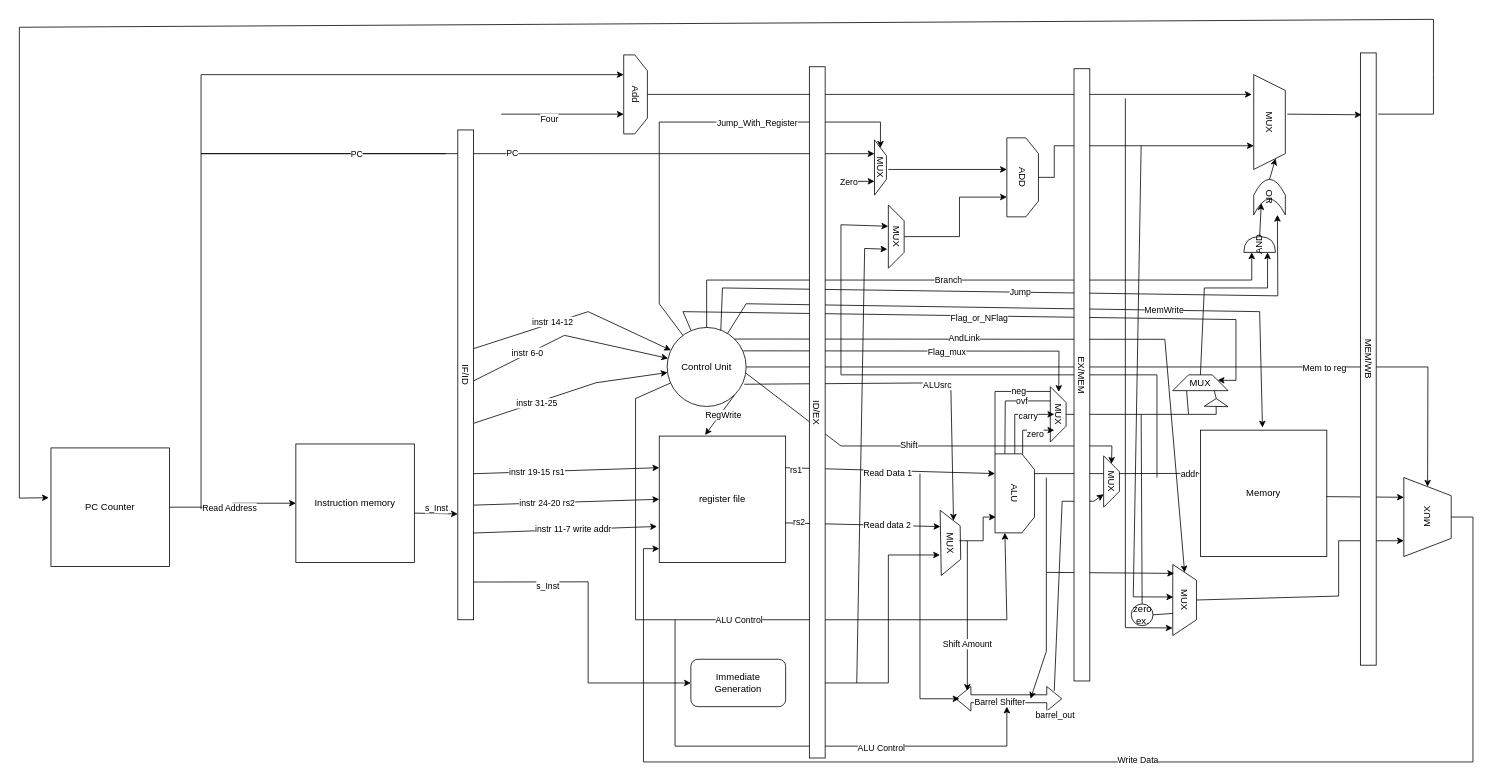
Swvanny/CPRE_3810_B3 keeps this draw.io diagram as Team Logistic Files/Single-Cycle PIPELINED.drawio. Above is the earlier version. Source tidied: cells renumbered, new cells numbered last; positions are measured from the earlier drawing's top-left corner, leaving out a move shared by most shapes. Both pictures are drawn from the tidied source at 79%, with x=0, y=0 at pixel (19, 19).
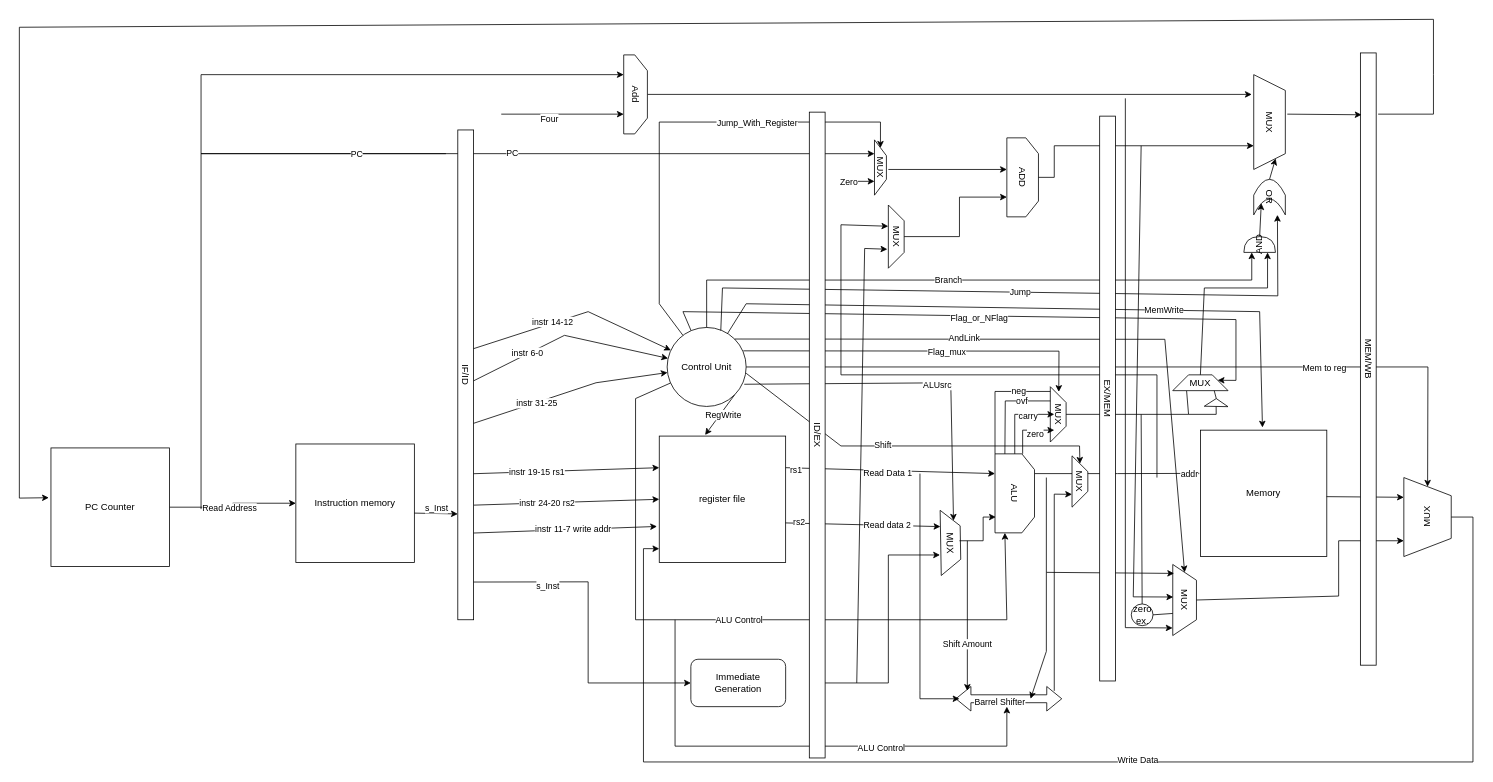
The same page after the edit.

The edit, as a diff of the source:
```diff
@@
     <mxCell id="101" value="MUX" style="shape=trapezoid;perimeter=trapezoidPerimeter;whiteSpace=wrap;html=1;fixedSize=1;rotation=90;" parent="1" vertex="1">
-      <mxGeometry x="1350" y="575" width="65" height="20" as="geometry" />
+      <mxGeometry x="1310" y="575" width="65" height="20" as="geometry" />
     </mxCell>
-    <mxCell id="102" style="endArrow=none;html=1;rounded=0;" parent="1" edge="1">
-      <mxGeometry relative="1" as="geometry">
-        <mxPoint x="1310" y="850" as="sourcePoint" />
-        <mxPoint x="1360" y="610" as="targetPoint" />
-        <Array as="points">
-          <mxPoint x="1320" y="610" />
-        </Array>
-      </mxGeometry>
-    </mxCell>
-    <mxCell id="103" value="barrel_out" style="edgeLabel;html=1;align=center;verticalAlign=middle;" parent="102" vertex="1">
-      <mxGeometry x="-0.77" relative="1" as="geometry">
-        <mxPoint x="-1" y="62" as="offset" />
-      </mxGeometry>
-    </mxCell>
     <mxCell id="104" style="endArrow=classic;html=1;rounded=0;entryX=0.75;entryY=1;entryDx=0;entryDy=0;" parent="1" edge="1" target="101">
       <mxGeometry relative="1" as="geometry">
-        <mxPoint x="1360" y="610" as="sourcePoint" />
+        <mxPoint x="1310" y="850" as="sourcePoint" />
+        <Array as="points">
+          <mxPoint x="1310" y="601" />
+        </Array>
       </mxGeometry>
     </mxCell>
     <mxCell id="105" style="endArrow=classic;html=1;rounded=0;entryX=0;entryY=0.5;entryDx=0;entryDy=0;" parent="1" edge="1" target="101">
       <mxGeometry relative="1" as="geometry">
         <mxPoint x="920" y="448" as="sourcePoint" />
         <Array as="points">
           <mxPoint x="1040" y="540" />
-          <mxPoint x="1383" y="540" />
+          <mxPoint x="1342" y="540" />
         </Array>
       </mxGeometry>
     </mxCell>
@@
     <mxCell id="118" value="ID/EX" style="rounded=0;whiteSpace=wrap;html=1;rotation=90;" parent="1" vertex="1">
-      <mxGeometry x="572.5" y="487.5" width="875" height="20" as="geometry" />
+      <mxGeometry x="601.2" y="516.2" width="817.5" height="20" as="geometry" />
     </mxCell>
@@
     <mxCell id="125" value="EX/MEM" style="rounded=0;whiteSpace=wrap;html=1;rotation=90;" parent="1" vertex="1">
-      <mxGeometry x="957.5" y="440" width="775" height="20" as="geometry" />
+      <mxGeometry x="1020" y="470" width="715" height="20" as="geometry" />
     </mxCell>
```
